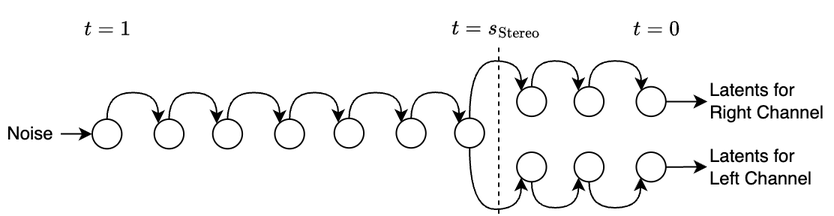
This is diags/stereo.png from anonymous757575/diffariff-companion, a draw.io export, as it was before one commit. Source tidied: cells renumbered, new cells last; positions are measured from the earlier drawing's top-left corner, leaving out a move shared by most shapes. The source it was exported from:
```xml
<mxGraphModel math="1">
  <root>
    <mxCell id="0" />
    <mxCell id="1" parent="0" />
    <mxCell id="2" style="edgeStyle=orthogonalEdgeStyle;rounded=0;jettySize=auto;html=1;exitX=0.5;exitY=0;exitDx=0;exitDy=0;entryX=0;entryY=0;entryDx=0;entryDy=0;curved=1;" parent="1" edge="1" source="3" target="5">
      <mxGeometry relative="1" as="geometry">
        <Array as="points">
          <mxPoint x="71" y="57.2" />
          <mxPoint x="105" y="57.2" />
          <mxPoint x="105" y="78.2" />
        </Array>
      </mxGeometry>
    </mxCell>
    <mxCell id="3" style="ellipse;whiteSpace=wrap;html=1;" parent="1" vertex="1">
      <mxGeometry x="61" y="75" width="19.7" height="19.7" as="geometry" />
    </mxCell>
    <mxCell id="4" style="edgeStyle=orthogonalEdgeStyle;rounded=0;jettySize=auto;html=1;exitX=0.5;exitY=0;exitDx=0;exitDy=0;entryX=0;entryY=0;entryDx=0;entryDy=0;curved=1;" parent="1" edge="1" source="5" target="7">
      <mxGeometry relative="1" as="geometry">
        <Array as="points">
          <mxPoint x="112" y="57.2" />
          <mxPoint x="144" y="57.2" />
          <mxPoint x="144" y="78.2" />
        </Array>
      </mxGeometry>
    </mxCell>
    <mxCell id="5" style="ellipse;whiteSpace=wrap;html=1;" parent="1" vertex="1">
      <mxGeometry x="102.4" y="75" width="19.7" height="19.7" as="geometry" />
    </mxCell>
    <mxCell id="6" style="edgeStyle=orthogonalEdgeStyle;rounded=0;jettySize=auto;html=1;exitX=0.5;exitY=0;exitDx=0;exitDy=0;entryX=0;entryY=0;entryDx=0;entryDy=0;curved=1;" parent="1" edge="1" source="7" target="9">
      <mxGeometry relative="1" as="geometry">
        <Array as="points">
          <mxPoint x="151" y="57.2" />
          <mxPoint x="186" y="57.2" />
          <mxPoint x="186" y="78.2" />
        </Array>
      </mxGeometry>
    </mxCell>
    <mxCell id="7" style="ellipse;whiteSpace=wrap;html=1;" parent="1" vertex="1">
      <mxGeometry x="141.4" y="75" width="19.7" height="19.7" as="geometry" />
    </mxCell>
    <mxCell id="8" style="edgeStyle=orthogonalEdgeStyle;rounded=0;jettySize=auto;html=1;exitX=0.5;exitY=0;exitDx=0;exitDy=0;entryX=0;entryY=0;entryDx=0;entryDy=0;curved=1;" parent="1" edge="1" source="9" target="11">
      <mxGeometry relative="1" as="geometry">
        <Array as="points">
          <mxPoint x="193" y="57.2" />
          <mxPoint x="225" y="57.2" />
          <mxPoint x="225" y="77.2" />
        </Array>
      </mxGeometry>
    </mxCell>
    <mxCell id="9" style="ellipse;whiteSpace=wrap;html=1;" parent="1" vertex="1">
      <mxGeometry x="182.7" y="75" width="19.7" height="19.7" as="geometry" />
    </mxCell>
    <mxCell id="10" style="edgeStyle=orthogonalEdgeStyle;rounded=0;jettySize=auto;html=1;exitX=0.5;exitY=0;exitDx=0;exitDy=0;entryX=0;entryY=0;entryDx=0;entryDy=0;curved=1;" parent="1" edge="1" source="11" target="13">
      <mxGeometry relative="1" as="geometry">
        <Array as="points">
          <mxPoint x="232" y="57.2" />
          <mxPoint x="267" y="57.2" />
          <mxPoint x="267" y="77.2" />
        </Array>
      </mxGeometry>
    </mxCell>
    <mxCell id="11" style="ellipse;whiteSpace=wrap;html=1;" parent="1" vertex="1">
      <mxGeometry x="222.4" y="74.4" width="19.7" height="19.7" as="geometry" />
    </mxCell>
    <mxCell id="12" style="edgeStyle=orthogonalEdgeStyle;rounded=0;jettySize=auto;html=1;exitX=0.5;exitY=0;exitDx=0;exitDy=0;entryX=0;entryY=0;entryDx=0;entryDy=0;curved=1;" parent="1" edge="1" source="13">
      <mxGeometry relative="1" as="geometry">
        <mxPoint x="305.6" y="78.2" as="targetPoint" />
        <Array as="points">
          <mxPoint x="274" y="57" />
          <mxPoint x="306" y="57" />
        </Array>
      </mxGeometry>
    </mxCell>
    <mxCell id="13" style="ellipse;whiteSpace=wrap;html=1;" parent="1" vertex="1">
      <mxGeometry x="263.7" y="74.4" width="19.7" height="19.7" as="geometry" />
    </mxCell>
    <mxCell id="14" style="edgeStyle=orthogonalEdgeStyle;rounded=0;jettySize=auto;html=1;exitX=0.5;exitY=0;exitDx=0;exitDy=0;entryX=0;entryY=0;entryDx=0;entryDy=0;curved=1;" parent="1" edge="1" source="16" target="18">
      <mxGeometry relative="1" as="geometry">
        <Array as="points">
          <mxPoint x="313" y="36.1" />
          <mxPoint x="347" y="36.1" />
        </Array>
      </mxGeometry>
    </mxCell>
    <mxCell id="15" style="edgeStyle=orthogonalEdgeStyle;rounded=0;jettySize=auto;html=1;exitX=0.5;exitY=1;exitDx=0;exitDy=0;entryX=0;entryY=1;entryDx=0;entryDy=0;curved=1;" parent="1" edge="1" source="16" target="31">
      <mxGeometry relative="1" as="geometry">
        <Array as="points">
          <mxPoint x="313" y="135" />
          <mxPoint x="347" y="135" />
        </Array>
      </mxGeometry>
    </mxCell>
    <mxCell id="16" style="ellipse;whiteSpace=wrap;html=1;" parent="1" vertex="1">
      <mxGeometry x="302.7" y="74.3" width="19.7" height="19.7" as="geometry" />
    </mxCell>
    <mxCell id="17" style="edgeStyle=orthogonalEdgeStyle;rounded=0;jettySize=auto;html=1;exitX=0.5;exitY=0;exitDx=0;exitDy=0;entryX=0;entryY=0;entryDx=0;entryDy=0;curved=1;" parent="1" edge="1" source="18" target="20">
      <mxGeometry relative="1" as="geometry">
        <Array as="points">
          <mxPoint x="354" y="36.1" />
          <mxPoint x="385" y="36.1" />
          <mxPoint x="385" y="56.1" />
        </Array>
      </mxGeometry>
    </mxCell>
    <mxCell id="18" style="ellipse;whiteSpace=wrap;html=1;" parent="1" vertex="1">
      <mxGeometry x="344.1" y="53.4" width="19.7" height="19.7" as="geometry" />
    </mxCell>
    <mxCell id="19" style="edgeStyle=orthogonalEdgeStyle;rounded=0;jettySize=auto;html=1;exitX=0.5;exitY=0;exitDx=0;exitDy=0;entryX=0;entryY=0;entryDx=0;entryDy=0;curved=1;" parent="1" edge="1" source="20" target="22">
      <mxGeometry relative="1" as="geometry">
        <Array as="points">
          <mxPoint x="392" y="36.1" />
          <mxPoint x="427" y="36.1" />
          <mxPoint x="427" y="56.1" />
        </Array>
      </mxGeometry>
    </mxCell>
    <mxCell id="20" style="ellipse;whiteSpace=wrap;html=1;" parent="1" vertex="1">
      <mxGeometry x="382.4" y="53.4" width="19.7" height="19.7" as="geometry" />
    </mxCell>
    <mxCell id="21" style="edgeStyle=orthogonalEdgeStyle;rounded=0;jettySize=auto;html=1;exitX=1;exitY=0.5;exitDx=0;exitDy=0;entryX=0;entryY=0.5;entryDx=0;entryDy=0;" parent="1" edge="1" source="22" target="27">
      <mxGeometry relative="1" as="geometry" />
    </mxCell>
    <mxCell id="22" style="ellipse;whiteSpace=wrap;html=1;" parent="1" vertex="1">
      <mxGeometry x="423.7" y="53.4" width="19.7" height="19.7" as="geometry" />
    </mxCell>
    <mxCell id="23" value="$$t=1$$" style="text;html=1;align=center;verticalAlign=middle;strokeColor=none;fillColor=none;" parent="1" vertex="1">
      <mxGeometry x="35.8" y="-0.1" width="70" height="30" as="geometry" />
    </mxCell>
    <mxCell id="24" value="$$t=0$$" style="text;html=1;align=center;verticalAlign=middle;strokeColor=none;fillColor=none;" parent="1" vertex="1">
      <mxGeometry x="402" y="-0.1" width="70" height="30" as="geometry" />
    </mxCell>
    <mxCell id="25" style="edgeStyle=orthogonalEdgeStyle;rounded=0;jettySize=auto;html=1;exitX=1;exitY=0.5;exitDx=0;exitDy=0;entryX=0;entryY=0.5;entryDx=0;entryDy=0;" parent="1" edge="1" source="26" target="3">
      <mxGeometry relative="1" as="geometry" />
    </mxCell>
    <mxCell id="26" value="Noise" style="rounded=0;whiteSpace=wrap;html=1;fillColor=none;strokeColor=none;" parent="1" vertex="1">
      <mxGeometry y="71.8" width="40" height="26" as="geometry" />
    </mxCell>
    <mxCell id="27" value="Latents for Right Channel" style="rounded=0;whiteSpace=wrap;html=1;fillColor=none;strokeColor=none;align=left;" parent="1" vertex="1">
      <mxGeometry x="471" y="50.2" width="84" height="26" as="geometry" />
    </mxCell>
    <mxCell id="28" value="$$t=s_\text{Stereo}$$" style="text;html=1;align=center;verticalAlign=middle;strokeColor=none;fillColor=none;" parent="1" vertex="1">
      <mxGeometry x="259.7" y="-0.1" width="140" height="30" as="geometry" />
    </mxCell>
    <mxCell id="29" style="endArrow=none;dashed=1;html=1;rounded=0;" parent="1" edge="1">
      <mxGeometry relative="1" as="geometry">
        <mxPoint x="332" y="138.2" as="sourcePoint" />
        <mxPoint x="332" y="25.1" as="targetPoint" />
      </mxGeometry>
    </mxCell>
    <mxCell id="30" style="edgeStyle=orthogonalEdgeStyle;rounded=0;jettySize=auto;html=1;exitX=0.5;exitY=1;exitDx=0;exitDy=0;entryX=0;entryY=1;entryDx=0;entryDy=0;curved=1;" parent="1" edge="1" source="31" target="33">
      <mxGeometry relative="1" as="geometry">
        <Array as="points">
          <mxPoint x="354" y="134" />
          <mxPoint x="385" y="134" />
        </Array>
      </mxGeometry>
    </mxCell>
    <mxCell id="31" style="ellipse;whiteSpace=wrap;html=1;" parent="1" vertex="1">
      <mxGeometry x="344.1" y="97" width="19.7" height="19.7" as="geometry" />
    </mxCell>
    <mxCell id="32" style="edgeStyle=orthogonalEdgeStyle;rounded=0;jettySize=auto;html=1;exitX=0.5;exitY=1;exitDx=0;exitDy=0;entryX=0;entryY=1;entryDx=0;entryDy=0;curved=1;" parent="1" edge="1" source="33" target="35">
      <mxGeometry relative="1" as="geometry">
        <Array as="points">
          <mxPoint x="392" y="134" />
          <mxPoint x="427" y="134" />
        </Array>
      </mxGeometry>
    </mxCell>
    <mxCell id="33" style="ellipse;whiteSpace=wrap;html=1;" parent="1" vertex="1">
      <mxGeometry x="382.4" y="97" width="19.7" height="19.7" as="geometry" />
    </mxCell>
    <mxCell id="34" style="edgeStyle=orthogonalEdgeStyle;rounded=0;jettySize=auto;html=1;exitX=1;exitY=0.5;exitDx=0;exitDy=0;entryX=0;entryY=0.5;entryDx=0;entryDy=0;" parent="1" edge="1" source="35" target="36">
      <mxGeometry relative="1" as="geometry" />
    </mxCell>
    <mxCell id="35" style="ellipse;whiteSpace=wrap;html=1;" parent="1" vertex="1">
      <mxGeometry x="423.7" y="97" width="19.7" height="19.7" as="geometry" />
    </mxCell>
    <mxCell id="36" value="Latents for &lt;br&gt;Left Channel" style="rounded=0;whiteSpace=wrap;html=1;fillColor=none;strokeColor=none;align=left;" parent="1" vertex="1">
      <mxGeometry x="471" y="94" width="84" height="26" as="geometry" />
    </mxCell>
  </root>
</mxGraphModel>
```
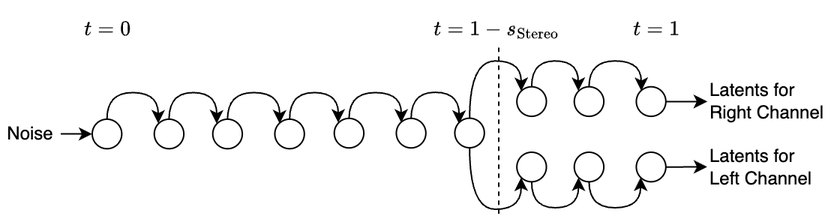
The same file after the commit.

Commit message:
fix diagrams and notation

Diff of the diagram source:
```diff
@@ -123,10 +123,10 @@
     <mxCell id="22" style="ellipse;whiteSpace=wrap;html=1;" parent="1" vertex="1">
       <mxGeometry x="423.7" y="53.4" width="19.7" height="19.7" as="geometry" />
     </mxCell>
-    <mxCell id="23" value="$$t=1$$" style="text;html=1;align=center;verticalAlign=middle;strokeColor=none;fillColor=none;" parent="1" vertex="1">
+    <mxCell id="23" value="$$t=0$$" style="text;html=1;align=center;verticalAlign=middle;strokeColor=none;fillColor=none;" parent="1" vertex="1">
       <mxGeometry x="35.8" y="-0.1" width="70" height="30" as="geometry" />
     </mxCell>
-    <mxCell id="24" value="$$t=0$$" style="text;html=1;align=center;verticalAlign=middle;strokeColor=none;fillColor=none;" parent="1" vertex="1">
+    <mxCell id="24" value="$$t=1$$" style="text;html=1;align=center;verticalAlign=middle;strokeColor=none;fillColor=none;" parent="1" vertex="1">
       <mxGeometry x="402" y="-0.1" width="70" height="30" as="geometry" />
     </mxCell>
     <mxCell id="25" style="edgeStyle=orthogonalEdgeStyle;rounded=0;jettySize=auto;html=1;exitX=1;exitY=0.5;exitDx=0;exitDy=0;entryX=0;entryY=0.5;entryDx=0;entryDy=0;" parent="1" edge="1" source="26" target="3">
@@ -138,8 +138,8 @@
     <mxCell id="27" value="Latents for Right Channel" style="rounded=0;whiteSpace=wrap;html=1;fillColor=none;strokeColor=none;align=left;" parent="1" vertex="1">
       <mxGeometry x="471" y="50.2" width="84" height="26" as="geometry" />
     </mxCell>
-    <mxCell id="28" value="$$t=s_\text{Stereo}$$" style="text;html=1;align=center;verticalAlign=middle;strokeColor=none;fillColor=none;" parent="1" vertex="1">
-      <mxGeometry x="259.7" y="-0.1" width="140" height="30" as="geometry" />
+    <mxCell id="28" value="$$t=1-s_\text{Stereo}$$" style="text;html=1;align=center;verticalAlign=middle;strokeColor=none;fillColor=none;" parent="1" vertex="1">
+      <mxGeometry x="254.7" y="-0.1" width="150" height="30" as="geometry" />
     </mxCell>
     <mxCell id="29" style="endArrow=none;dashed=1;html=1;rounded=0;" parent="1" edge="1">
       <mxGeometry relative="1" as="geometry">
```
